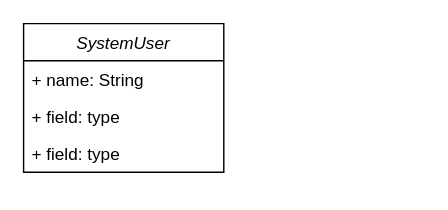
Before: Class Diagram - Inventory Management System.drawio in hibhaku/uml-diagrams, a draw.io diagram. Source tidied: cells renumbered, new cells numbered last; positions are measured from the earlier drawing's top-left corner, leaving out a move shared by most shapes. Both pictures are drawn from the tidied source at 143%, with x=0, y=0 at pixel (23, 23).
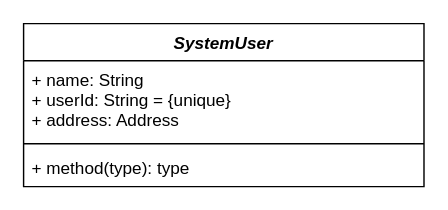
The same page after the edit.

What changed in the source:
```diff
@@
 <mxGraphModel>
   <root>
     <mxCell id="0" />
     <mxCell id="1" parent="0" />
-    <mxCell id="2" value="SystemUser" style="swimlane;fontStyle=2;horizontal=1;startSize=26;fillColor=none;" parent="1" vertex="1">
-      <mxGeometry width="140" height="104" as="geometry" />
+    <mxCell id="2" value="SystemUser" style="swimlane;fontStyle=3;align=center;verticalAlign=top;horizontal=1;startSize=26;" parent="1" vertex="1">
+      <mxGeometry width="280" height="114" as="geometry" />
     </mxCell>
-    <mxCell id="3" value="+ name: String" style="text;strokeColor=none;fillColor=none;align=left;verticalAlign=top;spacingLeft=4;spacingRight=4;overflow=hidden;" parent="2" vertex="1">
-      <mxGeometry y="26" width="140" height="26" as="geometry" />
-    </mxCell>
-    <mxCell id="4" value="+ field: type" style="text;strokeColor=none;fillColor=none;align=left;verticalAlign=top;spacingLeft=4;spacingRight=4;overflow=hidden;" parent="2" vertex="1">
-      <mxGeometry y="52" width="140" height="26" as="geometry" />
-    </mxCell>
-    <mxCell id="5" value="+ field: type" style="text;strokeColor=none;fillColor=none;align=left;verticalAlign=top;spacingLeft=4;spacingRight=4;overflow=hidden;" parent="2" vertex="1">
-      <mxGeometry y="78" width="140" height="26" as="geometry" />
-    </mxCell>
+    <mxCell id="6" value="+ name: String&#10;+ userId: String = {unique}&#10;+ address: Address&#10;" style="text;strokeColor=none;fillColor=none;align=left;verticalAlign=top;spacingLeft=4;spacingRight=4;overflow=hidden;" parent="2" vertex="1">
+      <mxGeometry y="26" width="280" height="54" as="geometry" />
+    </mxCell>
+    <mxCell id="7" style="line;strokeWidth=1;fillColor=none;align=left;verticalAlign=middle;spacingTop=-1;spacingLeft=3;spacingRight=3;labelPosition=right;" parent="2" vertex="1">
+      <mxGeometry y="80" width="280" height="8" as="geometry" />
+    </mxCell>
+    <mxCell id="8" value="+ method(type): type" style="text;strokeColor=none;fillColor=none;align=left;verticalAlign=top;spacingLeft=4;spacingRight=4;overflow=hidden;" parent="2" vertex="1">
+      <mxGeometry y="88" width="280" height="26" as="geometry" />
+    </mxCell>
   </root>
 </mxGraphModel>
```
